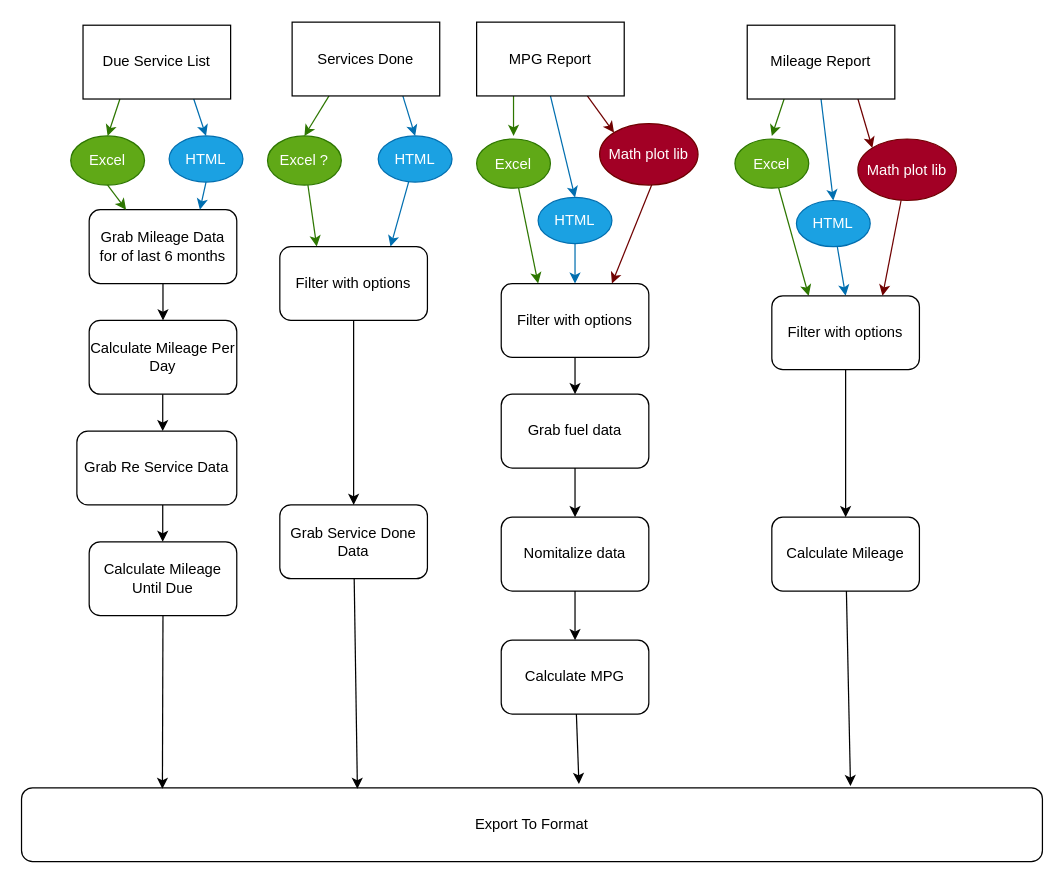
The draw.io diagram BluePrint/export_flow.drawio in Danny-Erikson/MileageSnake, before the edit. Source tidied: cells renumbered, new cells numbered last; positions are measured from the earlier drawing's top-left corner, leaving out a move shared by most shapes. Both pictures are drawn from the tidied source at 123%, with x=0, y=0 at pixel (21, 22).
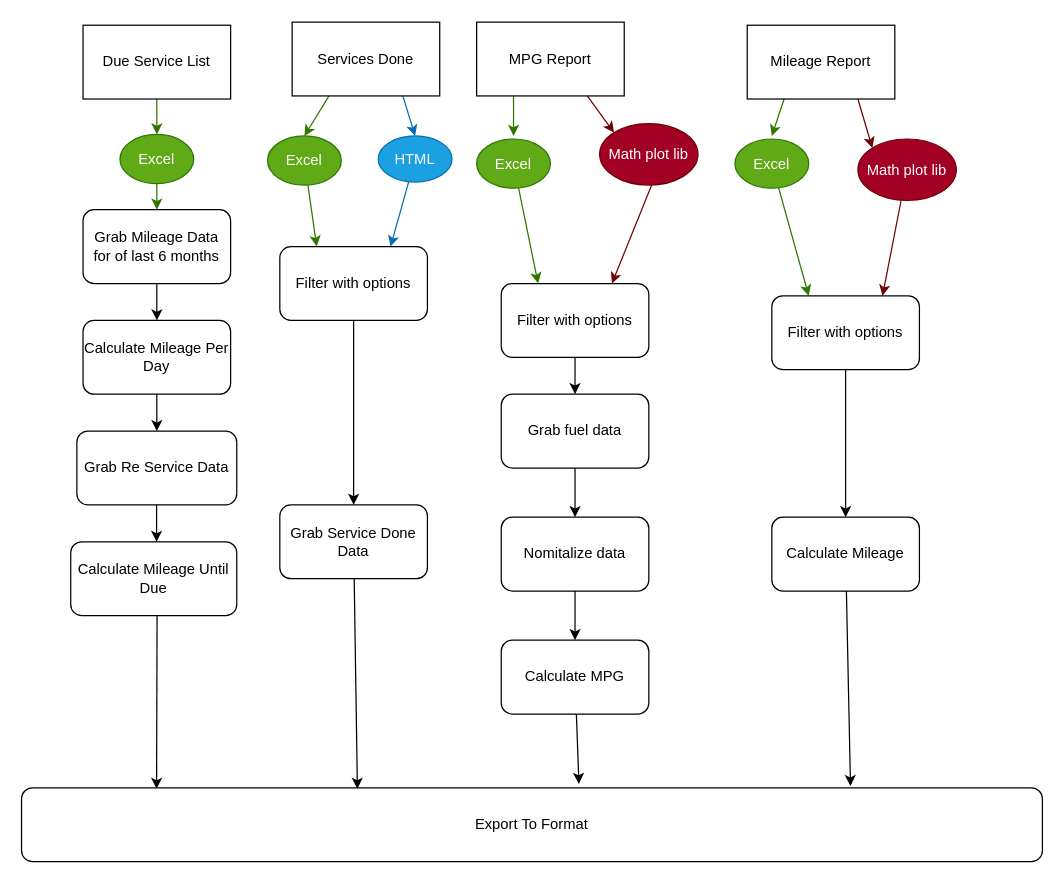
After the change.

Commit message (it also covers changes not shown here):
Added Service Done HTML Export

The change refers to these unchanged cells:
```xml
<mxCell id="4" value="Due Service List" style="rounded=0;whiteSpace=wrap;html=1;" parent="1" vertex="1">
  <mxGeometry x="50" y="2" width="120" height="60" as="geometry" />
</mxCell>
<mxCell id="17" value="MPG Report" style="rounded=0;whiteSpace=wrap;html=1;" parent="1" vertex="1">
  <mxGeometry x="370" y="-0.5" width="120" height="60" as="geometry" />
</mxCell>
<mxCell id="27" value="Mileage Report" style="rounded=0;whiteSpace=wrap;html=1;" parent="1" vertex="1">
  <mxGeometry x="590" y="2" width="120" height="60" as="geometry" />
</mxCell>
<mxCell id="38" value="Grab Re Service Data" style="rounded=1;whiteSpace=wrap;html=1;" parent="1" vertex="1">
  <mxGeometry x="45" y="332" width="130" height="60" as="geometry" />
</mxCell>
<mxCell id="40" value="Export To Format" style="rounded=1;whiteSpace=wrap;html=1;" parent="1" vertex="1">
  <mxGeometry y="622" width="830" height="60" as="geometry" />
</mxCell>
<mxCell id="56" value="Filter with options" style="rounded=1;whiteSpace=wrap;html=1;" parent="1" vertex="1">
  <mxGeometry x="390" y="212" width="120" height="60" as="geometry" />
</mxCell>
<mxCell id="58" value="Filter with options" style="rounded=1;whiteSpace=wrap;html=1;" parent="1" vertex="1">
  <mxGeometry x="610" y="222" width="120" height="60" as="geometry" />
</mxCell>
```

Diff of the diagram source:
```diff
@@
-    <mxCell id="2" style="edgeStyle=none;html=1;exitX=0.25;exitY=1;exitDx=0;exitDy=0;entryX=0.5;entryY=0;entryDx=0;entryDy=0;fillColor=#60a917;strokeColor=#2D7600;" parent="1" edge="1" source="4" target="5">
+    <mxCell id="2" style="edgeStyle=none;html=1;exitX=0.5;exitY=1;exitDx=0;exitDy=0;entryX=0.5;entryY=0;entryDx=0;entryDy=0;fillColor=#60a917;strokeColor=#2D7600;" parent="1" edge="1" source="4" target="5">
       <mxGeometry relative="1" as="geometry" />
     </mxCell>
-    <mxCell id="3" style="edgeStyle=none;html=1;exitX=0.75;exitY=1;exitDx=0;exitDy=0;entryX=0.5;entryY=0;entryDx=0;entryDy=0;fillColor=#1ba1e2;strokeColor=#006EAF;" parent="1" edge="1" source="4" target="6">
-      <mxGeometry relative="1" as="geometry" />
-    </mxCell>
@@
     <mxCell id="5" value="Excel" style="ellipse;whiteSpace=wrap;html=1;fillColor=#60a917;fontColor=#ffffff;strokeColor=#2D7600;" parent="1" vertex="1">
-      <mxGeometry x="40" y="92" width="60" height="40" as="geometry" />
+      <mxGeometry x="80" y="90.8" width="60" height="40" as="geometry" />
     </mxCell>
-    <mxCell id="6" value="HTML" style="ellipse;whiteSpace=wrap;html=1;fillColor=#1ba1e2;fontColor=#ffffff;strokeColor=#006EAF;" parent="1" vertex="1">
-      <mxGeometry x="120" y="92" width="60" height="37.5" as="geometry" />
-    </mxCell>
@@
-    <mxCell id="11" value="Excel ?" style="ellipse;whiteSpace=wrap;html=1;fillColor=#60a917;fontColor=#ffffff;strokeColor=#2D7600;" parent="1" vertex="1">
+    <mxCell id="11" value="Excel" style="ellipse;whiteSpace=wrap;html=1;fillColor=#60a917;fontColor=#ffffff;strokeColor=#2D7600;" parent="1" vertex="1">
       <mxGeometry x="200" y="92" width="60" height="40" as="geometry" />
     </mxCell>
@@
-    <mxCell id="15" style="edgeStyle=none;html=1;exitX=0.5;exitY=1;exitDx=0;exitDy=0;entryX=0.5;entryY=0;entryDx=0;entryDy=0;fillColor=#1ba1e2;strokeColor=#006EAF;" parent="1" edge="1" source="17" target="21">
-      <mxGeometry relative="1" as="geometry" />
-    </mxCell>
@@
-    <mxCell id="20" style="edgeStyle=none;html=1;fillColor=#1ba1e2;strokeColor=#006EAF;entryX=0.5;entryY=0;entryDx=0;entryDy=0;" parent="1" edge="1" source="21" target="56">
-      <mxGeometry relative="1" as="geometry" />
-    </mxCell>
-    <mxCell id="21" value="HTML" style="ellipse;whiteSpace=wrap;html=1;fillColor=#1ba1e2;fontColor=#ffffff;strokeColor=#006EAF;" parent="1" vertex="1">
-      <mxGeometry x="420" y="142" width="60" height="37.5" as="geometry" />
-    </mxCell>
@@
-    <mxCell id="25" style="edgeStyle=none;html=1;exitX=0.5;exitY=1;exitDx=0;exitDy=0;entryX=0.5;entryY=0;entryDx=0;entryDy=0;fillColor=#1ba1e2;strokeColor=#006EAF;" parent="1" edge="1" source="27" target="31">
-      <mxGeometry relative="1" as="geometry" />
-    </mxCell>
@@
-    <mxCell id="30" style="edgeStyle=none;html=1;entryX=0.5;entryY=0;entryDx=0;entryDy=0;fillColor=#1ba1e2;strokeColor=#006EAF;" parent="1" edge="1" source="31" target="58">
-      <mxGeometry relative="1" as="geometry" />
-    </mxCell>
-    <mxCell id="31" value="HTML" style="ellipse;whiteSpace=wrap;html=1;fillColor=#1ba1e2;fontColor=#ffffff;strokeColor=#006EAF;" parent="1" vertex="1">
-      <mxGeometry x="630" y="144.5" width="60" height="37.5" as="geometry" />
-    </mxCell>
@@
     <mxCell id="34" value="Grab Mileage Data for of last 6 months" style="rounded=1;whiteSpace=wrap;html=1;" parent="1" vertex="1">
-      <mxGeometry x="55" y="152" width="120" height="60" as="geometry" />
+      <mxGeometry x="50" y="152" width="120" height="60" as="geometry" />
     </mxCell>
-    <mxCell id="35" style="endArrow=classic;html=1;exitX=0.5;exitY=1;exitDx=0;exitDy=0;entryX=0.25;entryY=0;entryDx=0;entryDy=0;fillColor=#60a917;strokeColor=#2D7600;" parent="1" edge="1" source="5" target="34">
+    <mxCell id="35" style="endArrow=classic;html=1;exitX=0.5;exitY=1;exitDx=0;exitDy=0;entryX=0.5;entryY=0;entryDx=0;entryDy=0;fillColor=#60a917;strokeColor=#2D7600;" parent="1" edge="1" source="5" target="34">
       <mxGeometry relative="1" as="geometry" />
     </mxCell>
-    <mxCell id="36" style="edgeStyle=none;html=1;exitX=0.5;exitY=1;exitDx=0;exitDy=0;entryX=0.75;entryY=0;entryDx=0;entryDy=0;fillColor=#1ba1e2;strokeColor=#006EAF;" parent="1" edge="1" source="6" target="34">
-      <mxGeometry relative="1" as="geometry" />
-    </mxCell>
     <mxCell id="37" value="Calculate Mileage Per Day" style="rounded=1;whiteSpace=wrap;html=1;" parent="1" vertex="1">
-      <mxGeometry x="55" y="242" width="120" height="60" as="geometry" />
+      <mxGeometry x="50" y="242" width="120" height="60" as="geometry" />
     </mxCell>
@@
     <mxCell id="39" value="Calculate Mileage Until Due" style="rounded=1;whiteSpace=wrap;html=1;" parent="1" vertex="1">
-      <mxGeometry x="55" y="422" width="120" height="60" as="geometry" />
+      <mxGeometry x="40" y="422" width="135" height="60" as="geometry" />
     </mxCell>
@@
-    <mxCell id="42" style="endArrow=classic;html=1;exitX=0.5;exitY=1;exitDx=0;exitDy=0;" parent="1" edge="1">
-      <mxGeometry relative="1" as="geometry">
-        <mxPoint x="114.8" y="302" as="sourcePoint" />
-        <mxPoint x="114.8" y="332" as="targetPoint" />
-      </mxGeometry>
+    <mxCell id="42" style="endArrow=classic;html=1;exitX=0.5;exitY=1;exitDx=0;exitDy=0;entryX=0.5;entryY=0;entryDx=0;entryDy=0;" parent="1" edge="1" source="37" target="38">
+      <mxGeometry relative="1" as="geometry" />
     </mxCell>
     <mxCell id="43" style="endArrow=classic;html=1;exitX=0.5;exitY=1;exitDx=0;exitDy=0;" parent="1" edge="1">
       <mxGeometry relative="1" as="geometry">
-        <mxPoint x="114.8" y="392" as="sourcePoint" />
-        <mxPoint x="114.8" y="422" as="targetPoint" />
+        <mxPoint x="109.8" y="392" as="sourcePoint" />
+        <mxPoint x="109.8" y="422" as="targetPoint" />
       </mxGeometry>
     </mxCell>
@@
-    <mxCell id="45" style="endArrow=classic;html=1;exitX=0.5;exitY=1;exitDx=0;exitDy=0;entryX=0.138;entryY=0.014;entryDx=0;entryDy=0;entryPerimeter=0;" parent="1" edge="1" source="39" target="40">
-      <mxGeometry relative="1" as="geometry" />
+    <mxCell id="45" style="endArrow=classic;html=1;exitX=0.5;exitY=1;exitDx=0;exitDy=0;entryX=0.138;entryY=0.014;entryDx=0;entryDy=0;entryPerimeter=0;" parent="1" edge="1">
+      <mxGeometry relative="1" as="geometry">
+        <mxPoint x="110.2" y="482" as="sourcePoint" />
+        <mxPoint x="109.8" y="622.8" as="targetPoint" />
+      </mxGeometry>
     </mxCell>
```
